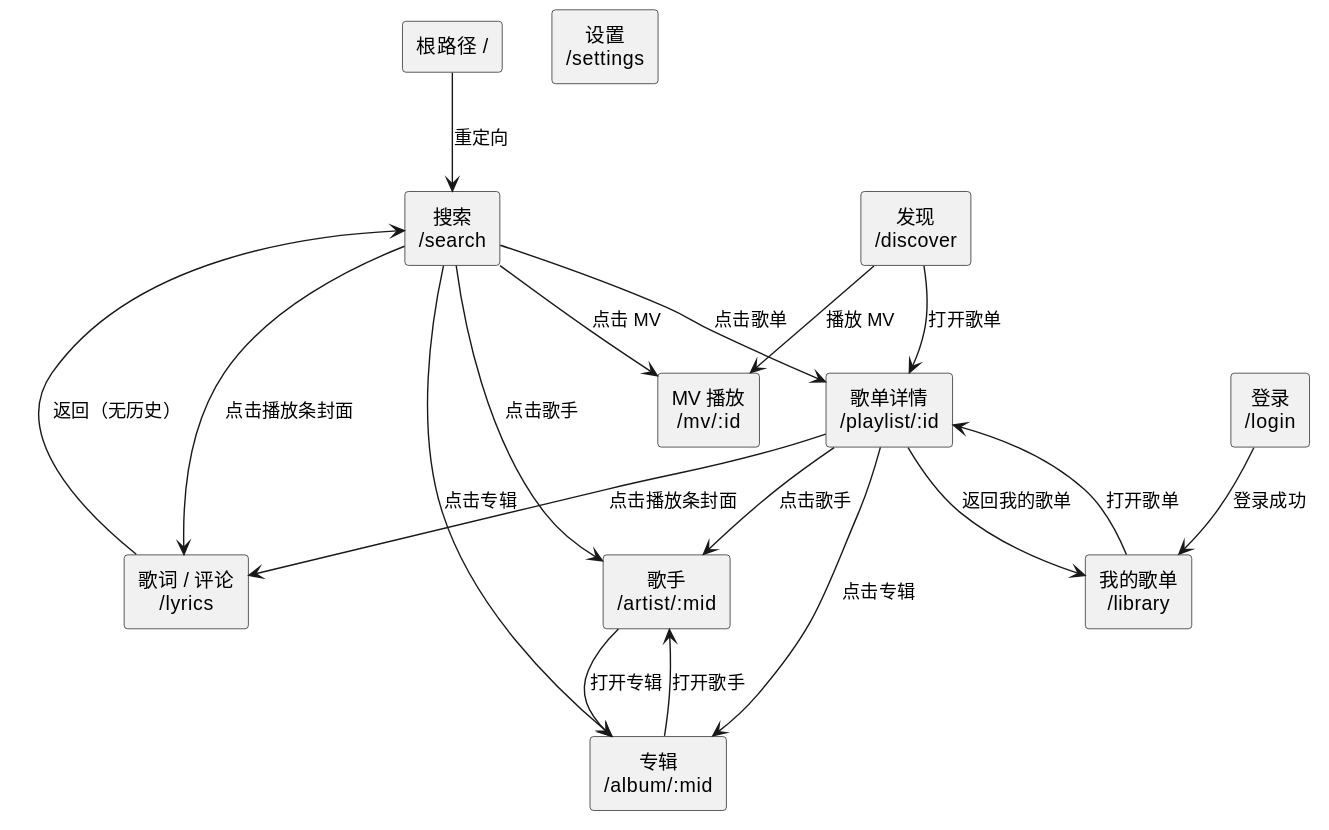
Before: diagram/page-url-architecture.svg, a diagram exported from PlantUML (54m43lJ/LycheePlayer).
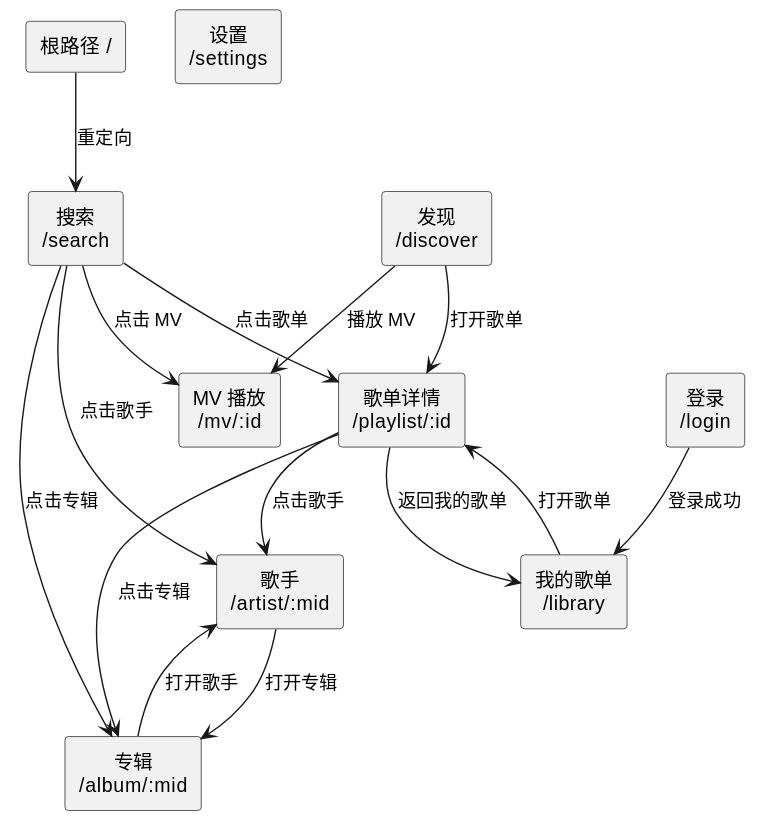
After the change.

Diff of the diagram source:
```diff
@@ -9,7 +9,6 @@
 [我的歌单\n/library] as LIBRARY
 [歌单详情\n/playlist/:id] as PLAYLIST
 [MV 播放\n/mv/:id] as MV
-[歌词 / 评论\n/lyrics] as LYRICS
 [歌手\n/artist/:mid] as ARTIST
 [专辑\n/album/:mid] as ALBUM
 [登录\n/login] as LOGIN
@@ -18,18 +17,15 @@
 ROOT --> SEARCH : 重定向
 SEARCH --> PLAYLIST : 点击歌单
 SEARCH --> MV : 点击 MV
-SEARCH --> LYRICS : 点击播放条封面
 SEARCH --> ARTIST : 点击歌手
 SEARCH --> ALBUM : 点击专辑
 DISCOVER --> PLAYLIST : 打开歌单
 DISCOVER --> MV : 播放 MV
 LIBRARY --> PLAYLIST : 打开歌单
-PLAYLIST --> LYRICS : 点击播放条封面
 PLAYLIST --> ARTIST : 点击歌手
 PLAYLIST --> ALBUM : 点击专辑
 PLAYLIST --> LIBRARY : 返回我的歌单
 LOGIN --> LIBRARY : 登录成功
-LYRICS --> SEARCH : 返回（无历史）
 ARTIST --> ALBUM : 打开专辑
 ALBUM --> ARTIST : 打开歌手
 @enduml
```
